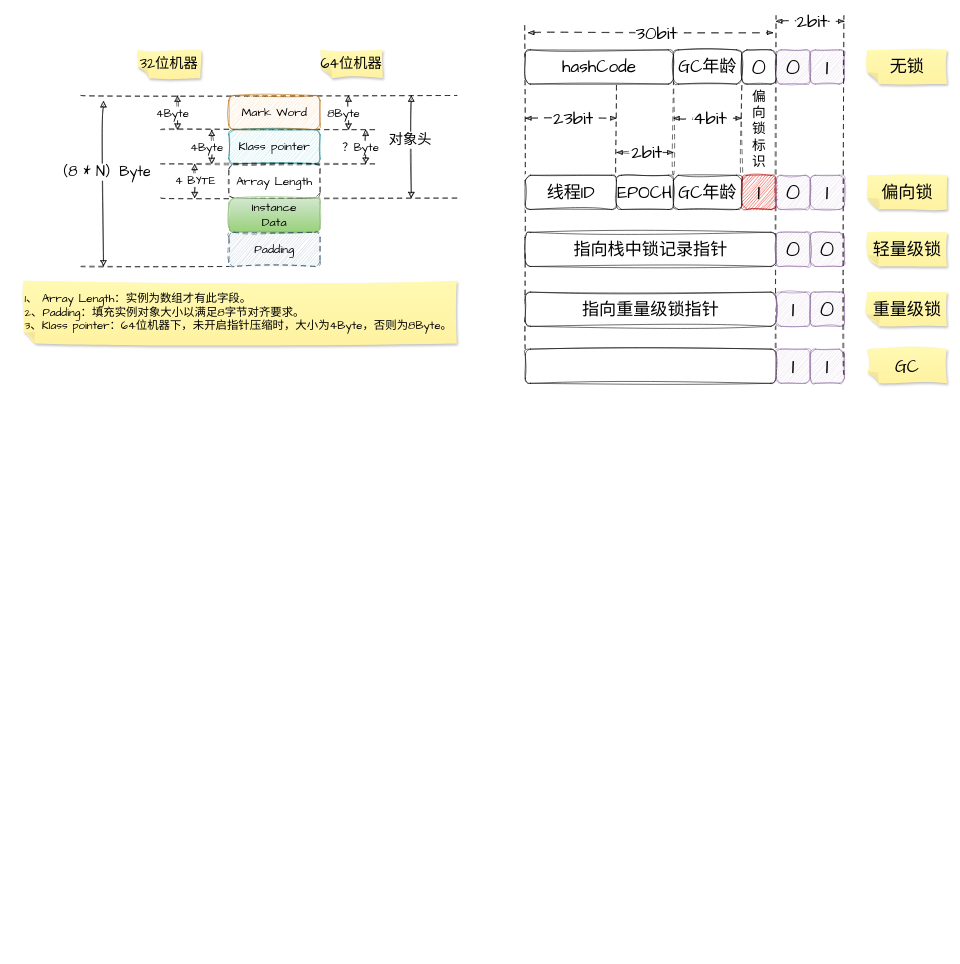
Utihbi/pics keeps this draw.io diagram as page "synchronized" (1 of 2) of JAVA/250508_java_lock.drawio. Above is the earlier version. Source tidied: cells renumbered, new cells numbered last; positions are measured from the earlier drawing's top-left corner, leaving out a move shared by most shapes. Both pictures are drawn from the tidied source at 57%, with x=0, y=0 at pixel (23, 15).
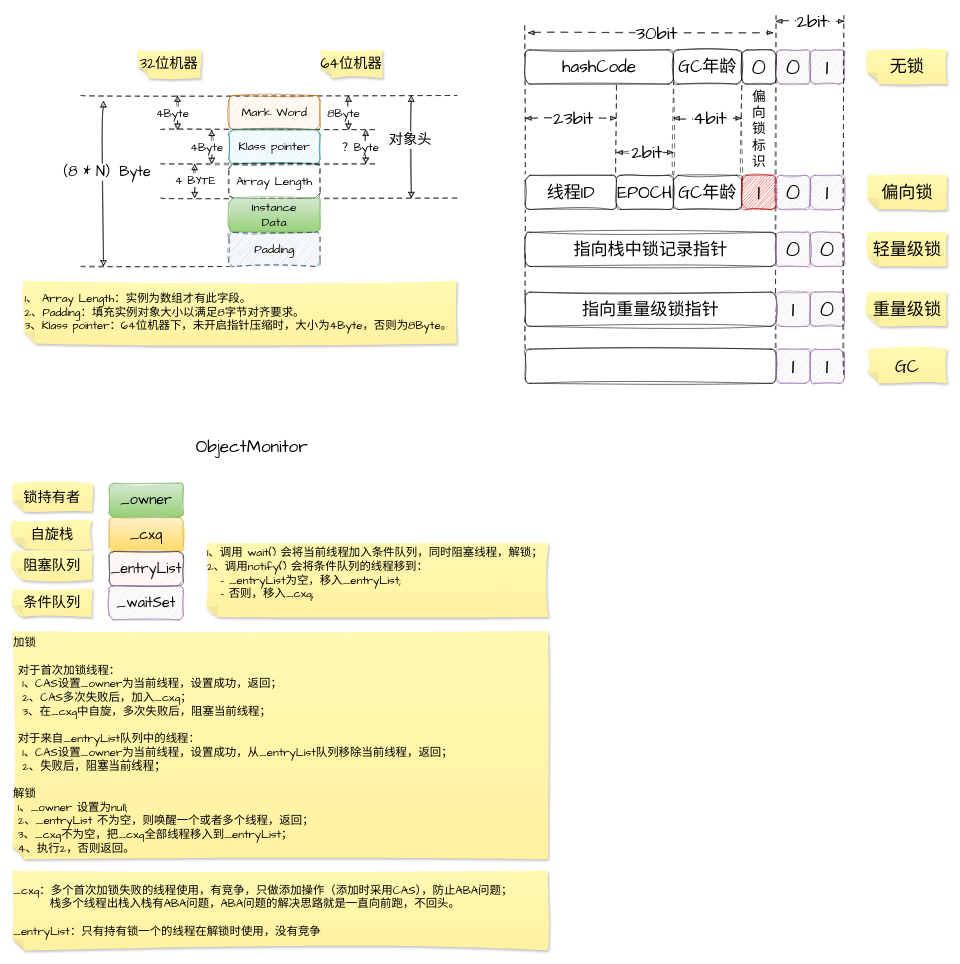
The same page after the edit.

What changed in the source:
```diff
@@
+    <mxCell id="73" style="group;" parent="1" vertex="1">
+      <mxGeometry x="-20" y="731" width="941" height="909" as="geometry" />
+    </mxCell>
+    <mxCell id="74" value="_cxq" style="rounded=1;whiteSpace=wrap;html=1;sketch=1;hachureGap=4;jiggle=2;curveFitting=1;fontFamily=Architects Daughter;fontSize=25;fillColor=#fff2cc;gradientColor=#ffd966;strokeColor=#d6b656;" parent="73" vertex="1">
+      <mxGeometry x="170" y="149" width="130" height="60" as="geometry" />
+    </mxCell>
+    <mxCell id="75" value="_owner" style="rounded=1;whiteSpace=wrap;html=1;sketch=1;hachureGap=4;jiggle=2;curveFitting=1;fontFamily=Architects Daughter;fontSize=25;fillColor=#d5e8d4;gradientColor=#97d077;strokeColor=#82b366;" parent="73" vertex="1">
+      <mxGeometry x="170" y="89" width="130" height="60" as="geometry" />
+    </mxCell>
+    <mxCell id="76" value="_entryList" style="rounded=1;whiteSpace=wrap;html=1;sketch=1;hachureGap=4;jiggle=2;curveFitting=1;fontFamily=Architects Daughter;fontSize=25;fillColor=#ffcccc;strokeColor=#36393d;" parent="73" vertex="1">
+      <mxGeometry x="170" y="209" width="130" height="60" as="geometry" />
+    </mxCell>
+    <mxCell id="77" value="_waitSet" style="rounded=1;whiteSpace=wrap;html=1;sketch=1;hachureGap=4;jiggle=2;curveFitting=1;fontFamily=Architects Daughter;fontSize=25;fillColor=#e1d5e7;strokeColor=#9673a6;" parent="73" vertex="1">
+      <mxGeometry x="170" y="269" width="130" height="60" as="geometry" />
+    </mxCell>
+    <mxCell id="78" value="锁持有者" style="shape=note;whiteSpace=wrap;html=1;backgroundOutline=1;fontColor=#000000;darkOpacity=0.05;fillColor=#FFF9B2;strokeColor=none;fillStyle=solid;direction=west;gradientDirection=north;gradientColor=#FFF2A1;shadow=1;size=20;sketch=1;hachureGap=4;jiggle=2;curveFitting=1;fontFamily=Architects Daughter;fontSize=25;" parent="73" vertex="1">
+      <mxGeometry y="89" width="140" height="50" as="geometry" />
+    </mxCell>
+    <mxCell id="79" value="自旋栈" style="shape=note;whiteSpace=wrap;html=1;backgroundOutline=1;fontColor=#000000;darkOpacity=0.05;fillColor=#FFF9B2;strokeColor=none;fillStyle=solid;direction=west;gradientDirection=north;gradientColor=#FFF2A1;shadow=1;size=20;sketch=1;hachureGap=4;jiggle=2;curveFitting=1;fontFamily=Architects Daughter;fontSize=25;" parent="73" vertex="1">
+      <mxGeometry y="154" width="140" height="50" as="geometry" />
+    </mxCell>
+    <mxCell id="80" value="阻塞队列" style="shape=note;whiteSpace=wrap;html=1;backgroundOutline=1;fontColor=#000000;darkOpacity=0.05;fillColor=#FFF9B2;strokeColor=none;fillStyle=solid;direction=west;gradientDirection=north;gradientColor=#FFF2A1;shadow=1;size=20;sketch=1;hachureGap=4;jiggle=2;curveFitting=1;fontFamily=Architects Daughter;fontSize=25;" parent="73" vertex="1">
+      <mxGeometry y="209" width="140" height="50" as="geometry" />
+    </mxCell>
+    <mxCell id="81" value="条件队列" style="shape=note;whiteSpace=wrap;html=1;backgroundOutline=1;fontColor=#000000;darkOpacity=0.05;fillColor=#FFF9B2;strokeColor=none;fillStyle=solid;direction=west;gradientDirection=north;gradientColor=#FFF2A1;shadow=1;size=20;sketch=1;hachureGap=4;jiggle=2;curveFitting=1;fontFamily=Architects Daughter;fontSize=25;" parent="73" vertex="1">
+      <mxGeometry y="274" width="140" height="50" as="geometry" />
+    </mxCell>
+    <mxCell id="82" value="ObjectMonitor" style="text;html=1;align=center;verticalAlign=middle;strokeColor=none;fillColor=none;fontSize=30;fontFamily=Architects Daughter;" parent="73" vertex="1">
+      <mxGeometry x="310" width="220" height="50" as="geometry" />
+    </mxCell>
+    <mxCell id="83" value="1、调用 wait() 会将当前线程加入条件队列，同时阻塞线程，解锁；&lt;div&gt;2、调用notify() 会将条件队列的线程移到：&lt;/div&gt;&lt;div&gt;&amp;nbsp; &amp;nbsp;- _entryList为空，移入_entryList;&lt;/div&gt;&lt;div&gt;&amp;nbsp; &amp;nbsp;- 否则，移入_cxq;&lt;br&gt;&lt;div&gt;&lt;br&gt;&lt;/div&gt;&lt;/div&gt;" style="shape=note;whiteSpace=wrap;html=1;backgroundOutline=1;fontColor=#000000;darkOpacity=0.05;fillColor=#FFF9B2;strokeColor=none;fillStyle=solid;direction=west;gradientDirection=north;gradientColor=#FFF2A1;shadow=1;size=20;sketch=1;hachureGap=4;jiggle=2;curveFitting=1;fontFamily=Architects Daughter;align=left;fontSize=20;" parent="73" vertex="1">
+      <mxGeometry x="340" y="194" width="601" height="130" as="geometry" />
+    </mxCell>
+    <mxCell id="84" value="&lt;div&gt;加锁&lt;/div&gt;&lt;div&gt;&lt;br&gt;&lt;/div&gt;&lt;div&gt;&amp;nbsp;对于首次加锁线程：&lt;/div&gt;&lt;div&gt;&amp;nbsp; 1、CAS设置_owner为当前线程，设置成功，返回；&lt;/div&gt;&lt;div&gt;&amp;nbsp; 2、CAS多次失败后，加入_cxq；&lt;/div&gt;&lt;div&gt;&amp;nbsp; 3、在_cxq中自旋，多次失败后，阻塞当前线程；&lt;/div&gt;&lt;div&gt;&lt;br&gt;&lt;/div&gt;&lt;div&gt;&lt;div&gt;&amp;nbsp;对于来自_entryList队列中的线程：&lt;/div&gt;&lt;div&gt;&amp;nbsp; 1、CAS设置_owner为当前线程，设置成功，从_entryList队列移除当前线程，返回；&lt;/div&gt;&lt;div&gt;&amp;nbsp; 2、&lt;span style=&quot;background-color: transparent; color: light-dark(rgb(0, 0, 0), rgb(237, 237, 237));&quot;&gt;失败后，阻塞当前线程；&lt;/span&gt;&lt;/div&gt;&lt;/div&gt;&lt;div&gt;&lt;br&gt;&lt;/div&gt;解锁&lt;div&gt;&amp;nbsp;1、_owner 设置为null;&lt;/div&gt;&lt;div&gt;&amp;nbsp;2、_entryList 不为空，则唤醒一个或者多个线程，返回；&lt;/div&gt;&lt;div&gt;&amp;nbsp;3、_cxq不为空，把_cxq全部线程移入到_entryList；&lt;/div&gt;&lt;div&gt;&amp;nbsp;4、执行2，否则返回。&lt;/div&gt;" style="shape=note;whiteSpace=wrap;html=1;backgroundOutline=1;fontColor=#000000;darkOpacity=0.05;fillColor=#FFF9B2;strokeColor=none;fillStyle=solid;direction=west;gradientDirection=north;gradientColor=#FFF2A1;shadow=1;size=20;sketch=1;hachureGap=4;jiggle=2;curveFitting=1;fontFamily=Architects Daughter;align=left;fontSize=20;" parent="73" vertex="1">
+      <mxGeometry y="349" width="940" height="400" as="geometry" />
+    </mxCell>
+    <mxCell id="85" value="_cxq：多个首次加锁失败的线程使用，有竞争，只做添加操作（添加时采用CAS），防止ABA问题；&lt;div&gt;&amp;nbsp; &amp;nbsp; &amp;nbsp; &amp;nbsp; 栈多个线程出栈入栈有ABA问题，ABA问题的解决思路就是一直向前跑，不回头。&lt;/div&gt;&lt;div&gt;&lt;br&gt;&lt;div&gt;_entryList：只有持有锁一个的线程在解锁时使用，没有竞争&lt;/div&gt;&lt;/div&gt;" style="shape=note;whiteSpace=wrap;html=1;backgroundOutline=1;fontColor=#000000;darkOpacity=0.05;fillColor=#FFF9B2;strokeColor=none;fillStyle=solid;direction=west;gradientDirection=north;gradientColor=#FFF2A1;shadow=1;size=20;sketch=1;hachureGap=4;jiggle=2;curveFitting=1;fontFamily=Architects Daughter;align=left;fontSize=20;" parent="73" vertex="1">
+      <mxGeometry y="769" width="940" height="140" as="geometry" />
+    </mxCell>
```
